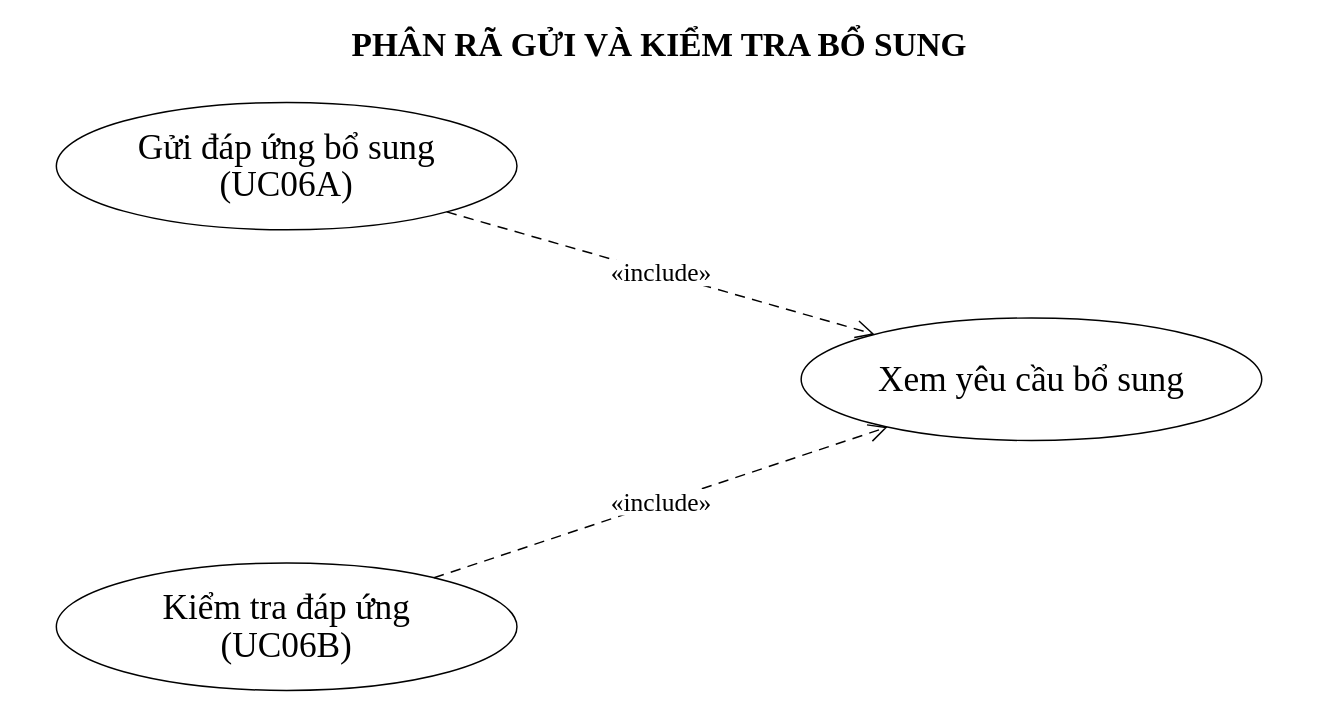
This is 03_So_do_Drawio/02_Use_Case/Hinh_2_07_Phan_ra_UC06_Gui_va_kiem_tra_bo_sung.drawio from truonggiabao24072005-stack/CIV-01-Cong-Mot-Cua, a draw.io file, before an edit. Source tidied: cells renumbered, new cells numbered last; positions are measured from the earlier drawing's top-left corner, leaving out a move shared by most shapes. Both pictures are drawn from the tidied source at 98%, with x=0, y=0 at pixel (17, 17).
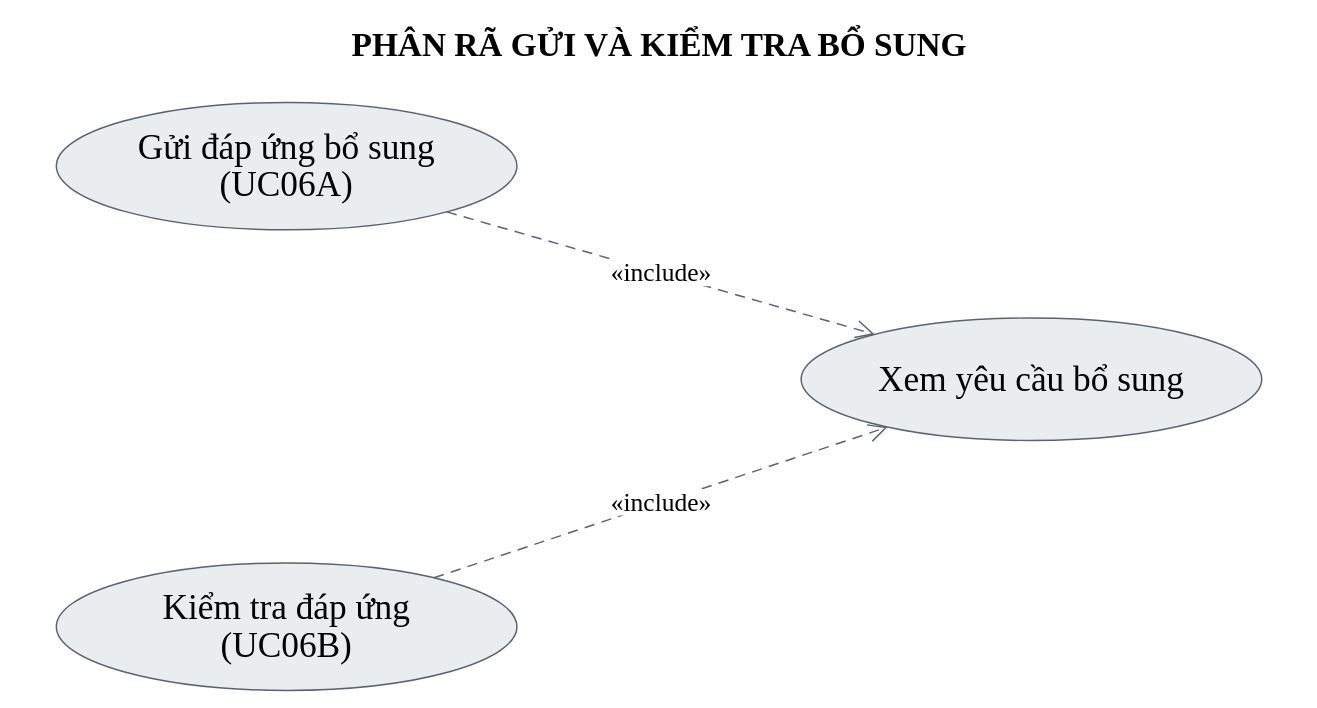
Above is the later version.

What changed in the source:
```diff
@@
 <mxGraphModel>
   <root>
     <mxCell id="0" />
     <mxCell id="1" parent="0" />
     <mxCell id="2" value="PHÂN RÃ GỬI VÀ KIỂM TRA BỔ SUNG" style="text;html=1;align=center;verticalAlign=middle;fontFamily=Times New Roman;fontSize=34;fontStyle=1;fontColor=#000000;strokeColor=none;fillColor=none;" parent="1" vertex="1">
       <mxGeometry width="1310" height="58" as="geometry" />
     </mxCell>
-    <mxCell id="3" value="&lt;div style=&quot;line-height:1.05;&quot;&gt;Gửi đáp ứng bổ sung&lt;br&gt;(UC06A)&lt;/div&gt;" style="ellipse;whiteSpace=wrap;html=1;spacing=10;fontStyle=0;fillColor=#FFFFFF;strokeColor=#000000;strokeWidth=1.5;fontColor=#000000;fontFamily=Times New Roman;fontSize=36;" parent="1" vertex="1">
+    <mxCell id="3" value="&lt;div style=&quot;line-height:1.05;&quot;&gt;Gửi đáp ứng bổ sung&lt;br&gt;(UC06A)&lt;/div&gt;" style="ellipse;whiteSpace=wrap;html=1;spacing=10;fontStyle=0;fillColor=#E9EDF0;strokeColor=#59636E;strokeWidth=1.5;fontColor=#000000;fontFamily=Times New Roman;fontSize=36;" parent="1" vertex="1">
       <mxGeometry x="40" y="87" width="470" height="130" as="geometry" />
     </mxCell>
-    <mxCell id="4" value="&lt;div style=&quot;line-height:1.05;&quot;&gt;Kiểm tra đáp ứng&lt;br&gt;(UC06B)&lt;/div&gt;" style="ellipse;whiteSpace=wrap;html=1;spacing=10;fontStyle=0;fillColor=#FFFFFF;strokeColor=#000000;strokeWidth=1.5;fontColor=#000000;fontFamily=Times New Roman;fontSize=36;" parent="1" vertex="1">
+    <mxCell id="4" value="&lt;div style=&quot;line-height:1.05;&quot;&gt;Kiểm tra đáp ứng&lt;br&gt;(UC06B)&lt;/div&gt;" style="ellipse;whiteSpace=wrap;html=1;spacing=10;fontStyle=0;fillColor=#E9EDF0;strokeColor=#59636E;strokeWidth=1.5;fontColor=#000000;fontFamily=Times New Roman;fontSize=36;" parent="1" vertex="1">
       <mxGeometry x="40" y="557" width="470" height="130" as="geometry" />
     </mxCell>
-    <mxCell id="5" value="&lt;div style=&quot;line-height:1.05;&quot;&gt;Xem yêu cầu bổ sung&lt;/div&gt;" style="ellipse;whiteSpace=wrap;html=1;spacing=10;fontStyle=0;fillColor=#FFFFFF;strokeColor=#000000;strokeWidth=1.5;fontColor=#000000;fontFamily=Times New Roman;fontSize=36;" parent="1" vertex="1">
+    <mxCell id="5" value="&lt;div style=&quot;line-height:1.05;&quot;&gt;Xem yêu cầu bổ sung&lt;/div&gt;" style="ellipse;whiteSpace=wrap;html=1;spacing=10;fontStyle=0;fillColor=#E9EDF0;strokeColor=#59636E;strokeWidth=1.5;fontColor=#000000;fontFamily=Times New Roman;fontSize=36;" parent="1" vertex="1">
       <mxGeometry x="800" y="307" width="470" height="125" as="geometry" />
     </mxCell>
-    <mxCell id="6" value="&lt;div style=&quot;line-height:1.05;&quot;&gt;«include»&lt;/div&gt;" style="html=1;rounded=0;endArrow=open;endSize=16;endFill=0;startArrow=none;dashed=1;dashPattern=7 5;strokeWidth=1.5;strokeColor=#000000;exitX=0.847479;exitY=0.859525;entryX=0.159627;entryY=0.133740;exitPerimeter=0;entryPerimeter=0;labelWidth=121;fontSize=26;fontFamily=Times New Roman;fontColor=#000000;labelBackgroundColor=#FFFFFF;" parent="1" edge="1" source="3" target="5">
+    <mxCell id="6" value="&lt;div style=&quot;line-height:1.05;&quot;&gt;«include»&lt;/div&gt;" style="html=1;rounded=0;endArrow=open;endSize=16;endFill=0;startArrow=none;dashed=1;dashPattern=7 5;strokeWidth=1.5;strokeColor=#59636E;exitX=0.847479;exitY=0.859525;entryX=0.159627;entryY=0.133740;exitPerimeter=0;entryPerimeter=0;labelWidth=121;fontSize=26;fontFamily=Times New Roman;fontColor=#000000;labelBackgroundColor=#FFFFFF;" parent="1" edge="1" source="3" target="5">
       <mxGeometry relative="1" as="geometry" />
     </mxCell>
-    <mxCell id="7" value="&lt;div style=&quot;line-height:1.05;&quot;&gt;«include»&lt;/div&gt;" style="html=1;rounded=0;endArrow=open;endSize=16;endFill=0;startArrow=none;dashed=1;dashPattern=7 5;strokeWidth=1.5;strokeColor=#000000;exitX=0.819909;exitY=0.115737;entryX=0.187532;entryY=0.890338;exitPerimeter=0;entryPerimeter=0;labelWidth=121;fontSize=26;fontFamily=Times New Roman;fontColor=#000000;labelBackgroundColor=#FFFFFF;" parent="1" edge="1" source="4" target="5">
+    <mxCell id="7" value="&lt;div style=&quot;line-height:1.05;&quot;&gt;«include»&lt;/div&gt;" style="html=1;rounded=0;endArrow=open;endSize=16;endFill=0;startArrow=none;dashed=1;dashPattern=7 5;strokeWidth=1.5;strokeColor=#59636E;exitX=0.819909;exitY=0.115737;entryX=0.187532;entryY=0.890338;exitPerimeter=0;entryPerimeter=0;labelWidth=121;fontSize=26;fontFamily=Times New Roman;fontColor=#000000;labelBackgroundColor=#FFFFFF;" parent="1" edge="1" source="4" target="5">
       <mxGeometry relative="1" as="geometry" />
     </mxCell>
   </root>
 </mxGraphModel>
```
